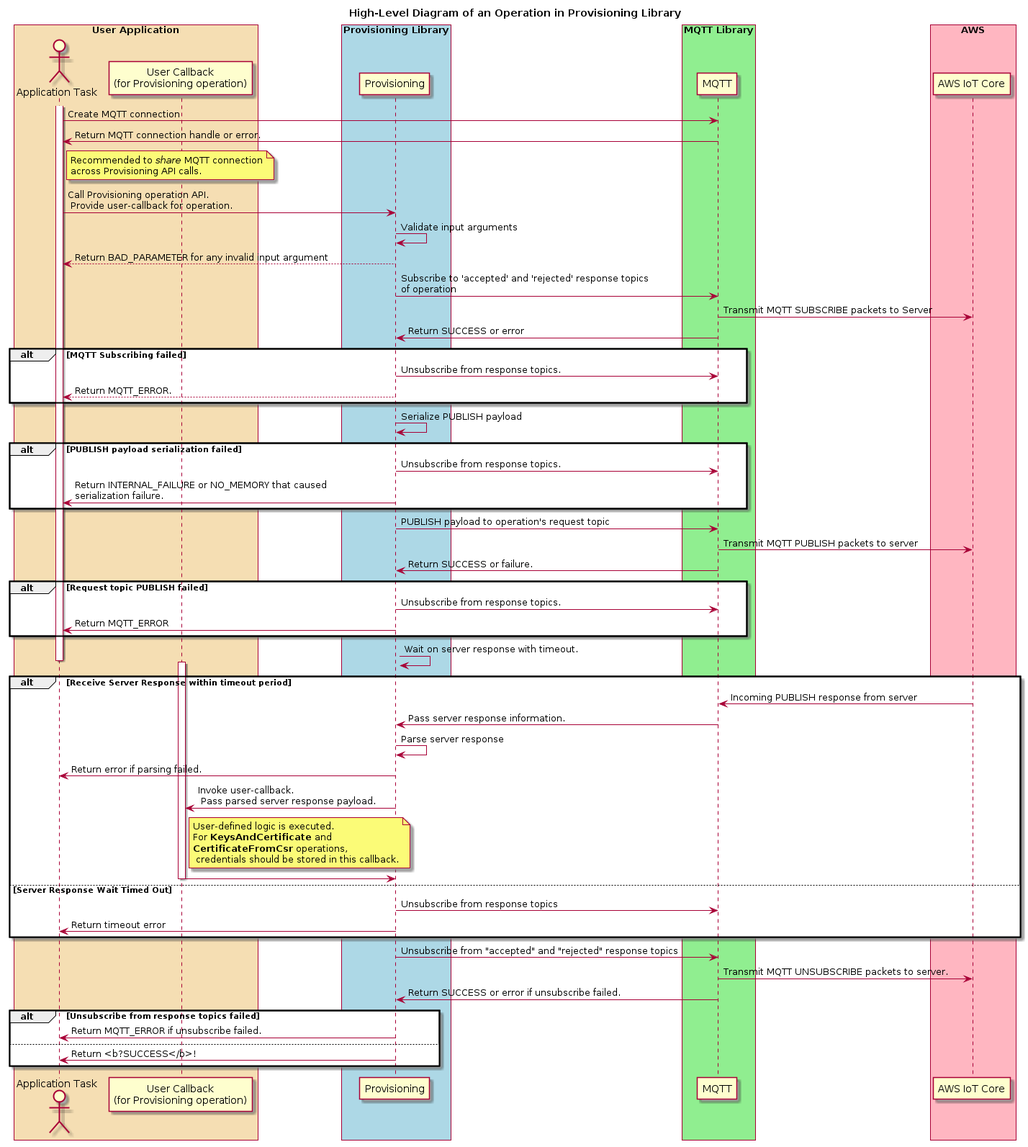
The PlantUML diagram doc/plantuml/images/provisioning_operation_highlevel_design.png in aws/aws-iot-device-sdk-embedded-C, before a commit.
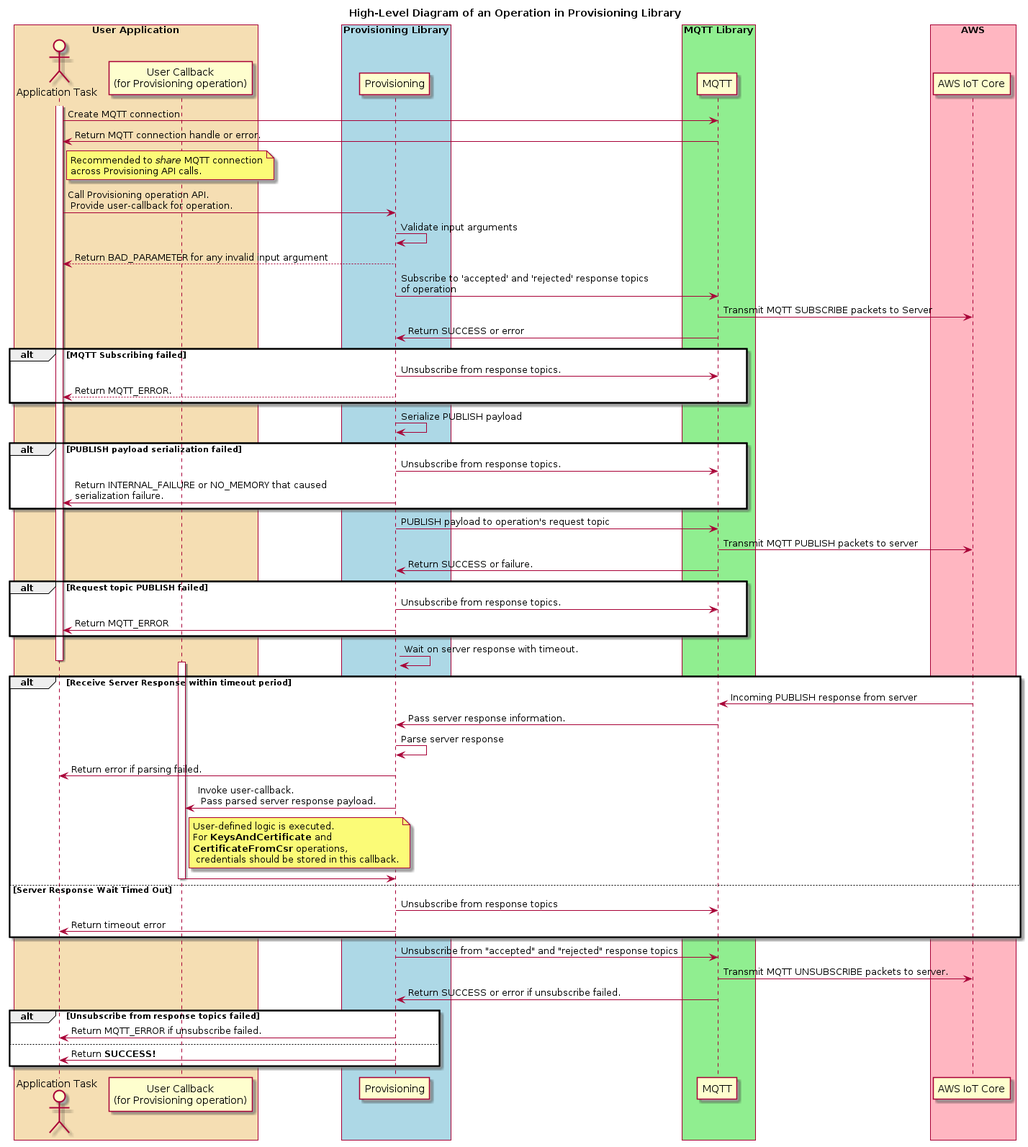
After the change.

Commit message:
Fix formatting error in high level design diagram

The edit, as a diff of the source:
```diff
@@ -79,7 +79,7 @@
 alt Unsubscribe from response topics failed
 provisioning -> app: Return MQTT_ERROR if unsubscribe failed.
 else
-provisioning -> app: Return <b?SUCCESS</b>!
+provisioning -> app: Return <b>SUCCESS!</b>
 end alt
 deactivate app
 @enduml
```
